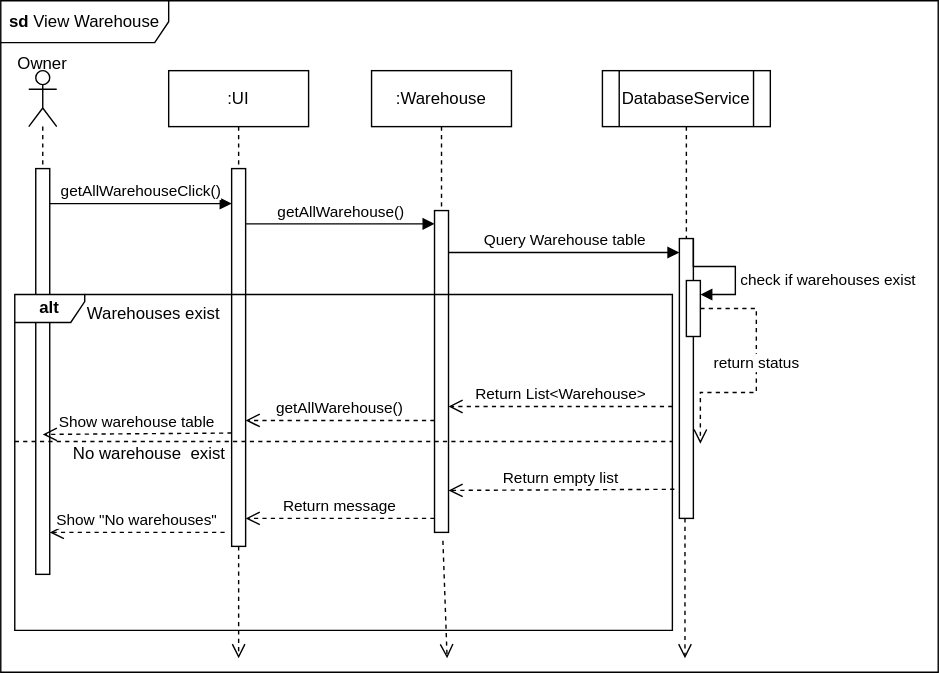
Earlier version of the draw.io export view_warehouse.svg (Simamkele88/IFM3_GP). Source tidied: cells renumbered, new cells last; positions are measured from the earlier drawing's top-left corner, leaving out a move shared by most shapes.
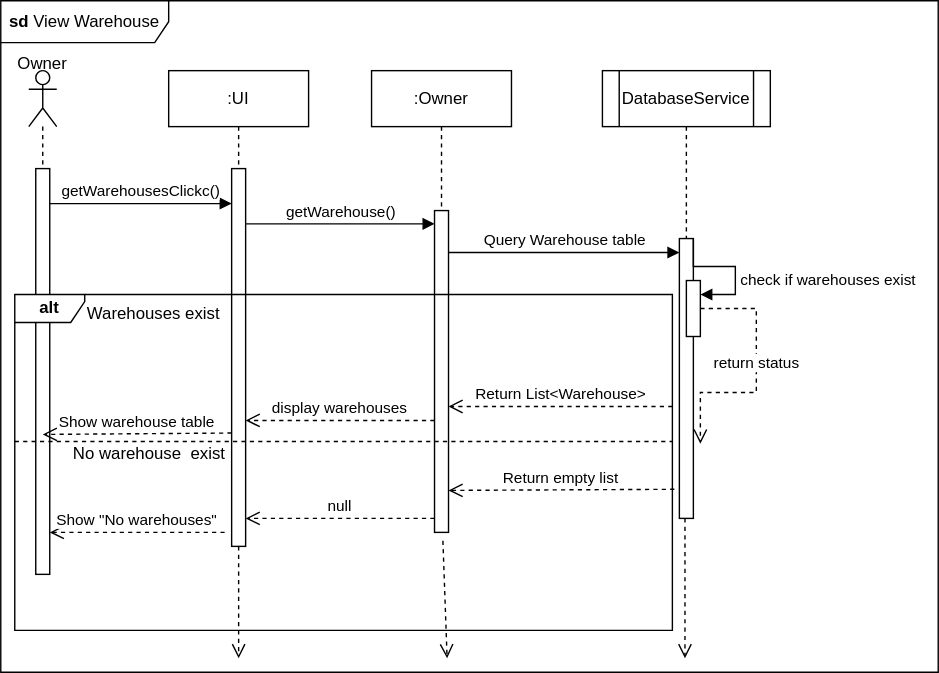
The same file after the commit.

Diff of the diagram source:
```diff
@@ -17,13 +17,13 @@
     <mxCell id="6" style="html=1;points=[[0,0,0,0,5],[0,1,0,0,-5],[1,0,0,0,5],[1,1,0,0,-5]];perimeter=orthogonalPerimeter;outlineConnect=0;targetShapes=umlLifeline;portConstraint=eastwest;newEdgeStyle={&quot;curved&quot;:0,&quot;rounded&quot;:0};" parent="1" vertex="1">
       <mxGeometry x="25" y="120" width="10" height="290" as="geometry" />
     </mxCell>
-    <mxCell id="7" value=":Warehouse" style="shape=umlLifeline;perimeter=lifelinePerimeter;whiteSpace=wrap;html=1;newEdgeStyle={&quot;curved&quot;:0,&quot;rounded&quot;:0};" parent="1" vertex="1">
+    <mxCell id="7" value=":Owner" style="shape=umlLifeline;perimeter=lifelinePerimeter;whiteSpace=wrap;html=1;newEdgeStyle={&quot;curved&quot;:0,&quot;rounded&quot;:0};" parent="1" vertex="1">
       <mxGeometry x="265" y="50" width="100" height="100" as="geometry" />
     </mxCell>
     <mxCell id="8" style="html=1;points=[[0,0,0,0,5],[0,1,0,0,-5],[1,0,0,0,5],[1,1,0,0,-5]];perimeter=orthogonalPerimeter;outlineConnect=0;targetShapes=umlLifeline;portConstraint=eastwest;newEdgeStyle={&quot;curved&quot;:0,&quot;rounded&quot;:0};" parent="1" vertex="1">
       <mxGeometry x="310" y="150" width="10" height="230" as="geometry" />
     </mxCell>
-    <mxCell id="9" value="getAllWarehouse()" style="html=1;verticalAlign=bottom;endArrow=block;curved=0;rounded=0;" parent="1" edge="1">
+    <mxCell id="9" value="getWarehouse()" style="html=1;verticalAlign=bottom;endArrow=block;curved=0;rounded=0;" parent="1" edge="1">
       <mxGeometry relative="1" as="geometry">
         <mxPoint x="175" y="159.5" as="sourcePoint" />
         <mxPoint x="310" y="159.5" as="targetPoint" />
@@ -95,7 +95,7 @@
         <mxPoint x="310" y="80" as="targetPoint" />
       </mxGeometry>
     </mxCell>
-    <mxCell id="25" value="getAllWarehouse()" style="html=1;verticalAlign=bottom;endArrow=open;dashed=1;endSize=8;curved=0;rounded=0;" parent="20" edge="1" target="5">
+    <mxCell id="25" value="display warehouses" style="html=1;verticalAlign=bottom;endArrow=open;dashed=1;endSize=8;curved=0;rounded=0;" parent="20" edge="1" target="5">
       <mxGeometry relative="1" as="geometry">
         <mxPoint x="300" y="90" as="sourcePoint" />
       </mxGeometry>
@@ -111,7 +111,7 @@
         <mxPoint x="310" y="140" as="targetPoint" />
       </mxGeometry>
     </mxCell>
-    <mxCell id="28" value="Return message" style="html=1;verticalAlign=bottom;endArrow=open;dashed=1;endSize=8;curved=0;rounded=0;" parent="20" edge="1" target="5">
+    <mxCell id="28" value="null" style="html=1;verticalAlign=bottom;endArrow=open;dashed=1;endSize=8;curved=0;rounded=0;" parent="20" edge="1" target="5">
       <mxGeometry relative="1" as="geometry">
         <mxPoint x="300" y="160" as="sourcePoint" />
       </mxGeometry>
@@ -129,7 +129,7 @@
         </Array>
       </mxGeometry>
     </mxCell>
-    <mxCell id="31" value="getAllWarehouseClick()" style="html=1;verticalAlign=bottom;endArrow=block;curved=0;rounded=0;" parent="1" edge="1">
+    <mxCell id="31" value="getWarehousesClickc()" style="html=1;verticalAlign=bottom;endArrow=block;curved=0;rounded=0;" parent="1" edge="1">
       <mxGeometry relative="1" as="geometry">
         <mxPoint x="35" y="145" as="sourcePoint" />
         <mxPoint x="165" y="145" as="targetPoint" />
```
